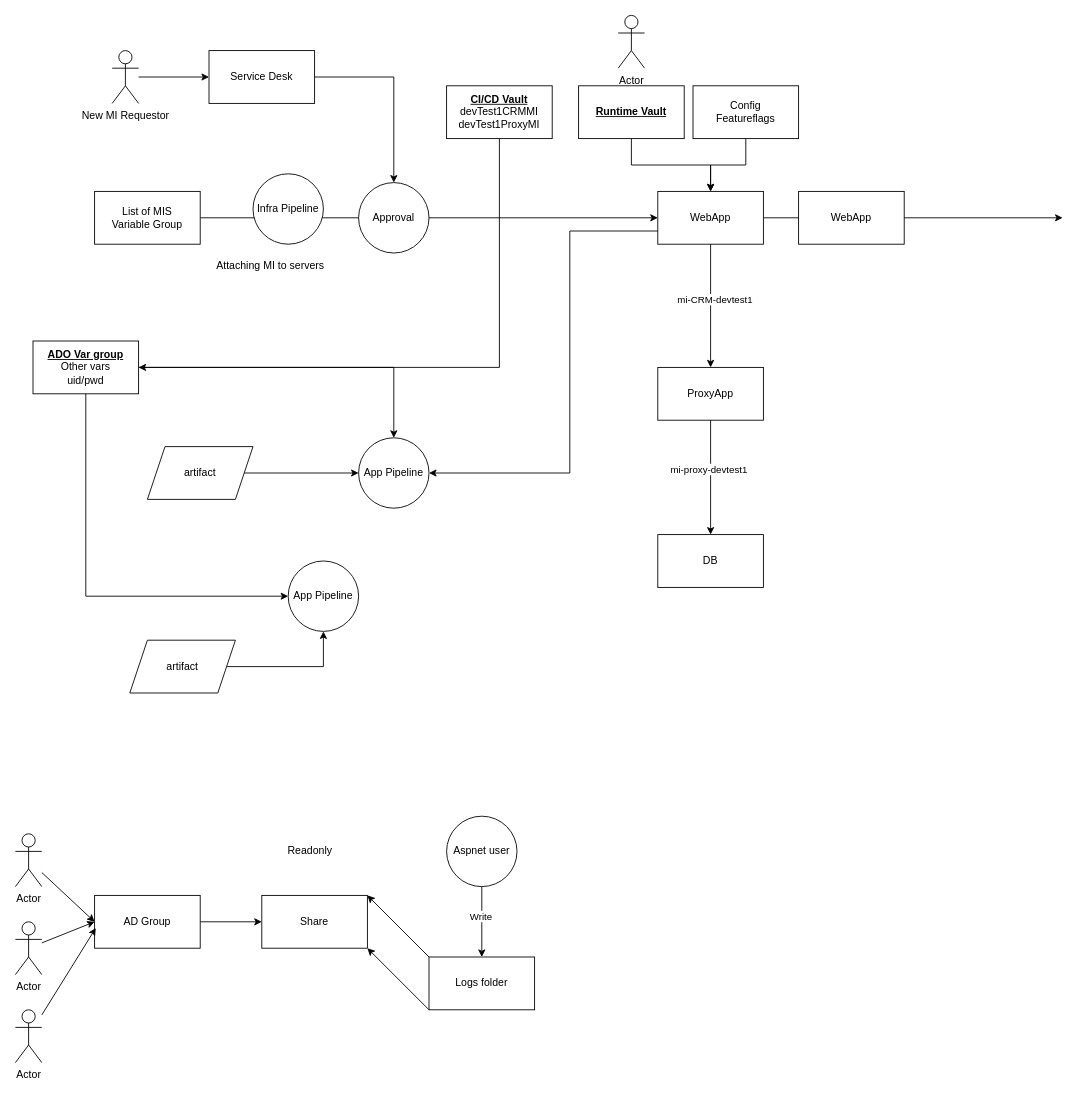
This is infra/VaultConfigMI.drawio from vjavle/invoicecloud, a draw.io file, before an edit. Source tidied: cells renumbered, new cells numbered last; positions are measured from the earlier drawing's top-left corner, leaving out a move shared by most shapes. Both pictures are drawn from the tidied source at 88%, with x=0, y=0 at pixel (15, 15).
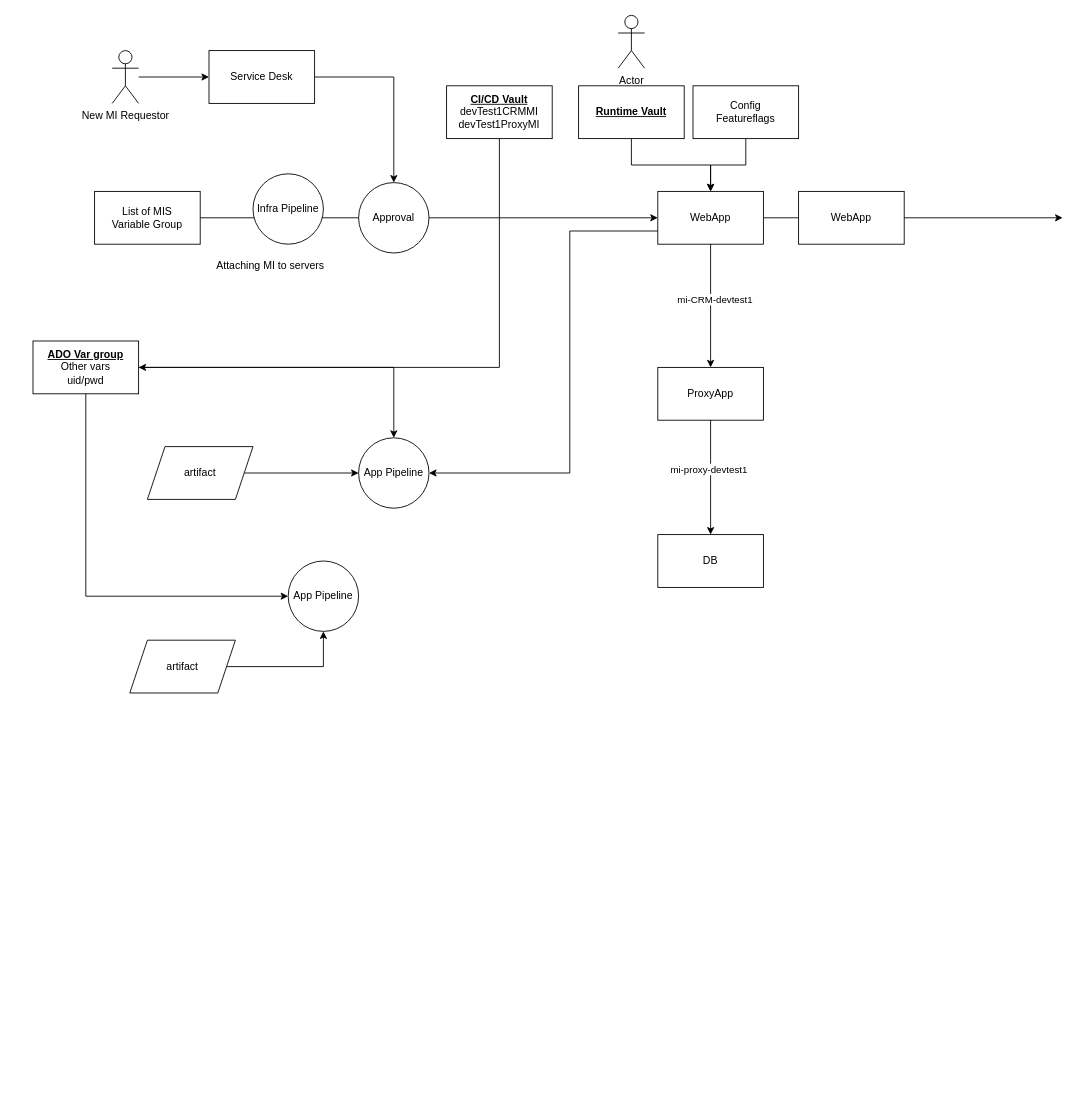
Above is the later version.

The edit, as a diff of the source:
```diff
@@
-    <mxCell id="37" value="Logs folder" style="rounded=0;whiteSpace=wrap;html=1;" parent="1" vertex="1">
-      <mxGeometry x="470" y="1070" width="120" height="60" as="geometry" />
-    </mxCell>
-    <mxCell id="38" style="rounded=0;jettySize=auto;html=1;entryX=0;entryY=0;entryDx=0;entryDy=0;exitX=1;exitY=0;exitDx=0;exitDy=0;startArrow=classic;startFill=1;endArrow=none;endFill=0;" parent="1" edge="1" source="40" target="37">
-      <mxGeometry relative="1" as="geometry" />
-    </mxCell>
-    <mxCell id="39" style="edgeStyle=none;rounded=0;jettySize=auto;html=1;entryX=0;entryY=1;entryDx=0;entryDy=0;exitX=1;exitY=1;exitDx=0;exitDy=0;endArrow=none;endFill=0;startArrow=classic;startFill=1;" parent="1" edge="1" source="40" target="37">
-      <mxGeometry relative="1" as="geometry" />
-    </mxCell>
-    <mxCell id="40" value="Share" style="rounded=0;whiteSpace=wrap;html=1;" parent="1" vertex="1">
-      <mxGeometry x="280" y="1000" width="120" height="60" as="geometry" />
-    </mxCell>
-    <mxCell id="41" style="edgeStyle=none;rounded=0;jettySize=auto;html=1;entryX=0.5;entryY=0;entryDx=0;entryDy=0;startArrow=none;startFill=0;endArrow=classic;endFill=1;" parent="1" edge="1" source="43" target="37">
-      <mxGeometry relative="1" as="geometry" />
-    </mxCell>
-    <mxCell id="42" value="Write" style="edgeLabel;html=1;align=center;verticalAlign=middle;" parent="41" vertex="1">
-      <mxGeometry x="-0.17" y="-2" relative="1" as="geometry" />
-    </mxCell>
-    <mxCell id="43" value="Aspnet user" style="ellipse;whiteSpace=wrap;html=1;" parent="1" vertex="1">
-      <mxGeometry x="490" y="910" width="80" height="80" as="geometry" />
-    </mxCell>
-    <mxCell id="44" style="edgeStyle=none;rounded=0;jettySize=auto;html=1;entryX=0;entryY=0.5;entryDx=0;entryDy=0;startArrow=none;startFill=0;endArrow=classic;endFill=1;" parent="1" edge="1" source="45" target="40">
-      <mxGeometry relative="1" as="geometry" />
-    </mxCell>
-    <mxCell id="45" value="AD Group" style="rounded=0;whiteSpace=wrap;html=1;" parent="1" vertex="1">
-      <mxGeometry x="90" y="1000" width="120" height="60" as="geometry" />
-    </mxCell>
-    <mxCell id="46" style="edgeStyle=none;rounded=0;jettySize=auto;html=1;entryX=0;entryY=0.5;entryDx=0;entryDy=0;startArrow=none;startFill=0;endArrow=classic;endFill=1;" parent="1" edge="1" source="47" target="45">
-      <mxGeometry relative="1" as="geometry" />
-    </mxCell>
-    <mxCell id="47" value="Actor" style="shape=umlActor;verticalLabelPosition=bottom;verticalAlign=top;html=1;outlineConnect=0;" parent="1" vertex="1">
-      <mxGeometry y="930" width="30" height="60" as="geometry" />
-    </mxCell>
-    <mxCell id="48" style="edgeStyle=none;rounded=0;jettySize=auto;html=1;entryX=0;entryY=0.5;entryDx=0;entryDy=0;startArrow=none;startFill=0;endArrow=classic;endFill=1;" parent="1" edge="1" source="49" target="45">
-      <mxGeometry relative="1" as="geometry" />
-    </mxCell>
-    <mxCell id="49" value="Actor" style="shape=umlActor;verticalLabelPosition=bottom;verticalAlign=top;html=1;outlineConnect=0;" parent="1" vertex="1">
-      <mxGeometry y="1030" width="30" height="60" as="geometry" />
-    </mxCell>
-    <mxCell id="50" style="edgeStyle=none;rounded=0;jettySize=auto;html=1;entryX=0.011;entryY=0.619;entryDx=0;entryDy=0;entryPerimeter=0;startArrow=none;startFill=0;endArrow=classic;endFill=1;" parent="1" edge="1" source="51" target="45">
-      <mxGeometry relative="1" as="geometry" />
-    </mxCell>
-    <mxCell id="51" value="Actor" style="shape=umlActor;verticalLabelPosition=bottom;verticalAlign=top;html=1;outlineConnect=0;" parent="1" vertex="1">
-      <mxGeometry y="1130" width="30" height="60" as="geometry" />
-    </mxCell>
-    <mxCell id="52" value="Readonly" style="text;html=1;strokeColor=none;fillColor=none;align=center;verticalAlign=middle;whiteSpace=wrap;rounded=0;" parent="1" vertex="1">
-      <mxGeometry x="305" y="935" width="60" height="30" as="geometry" />
-    </mxCell>
```
